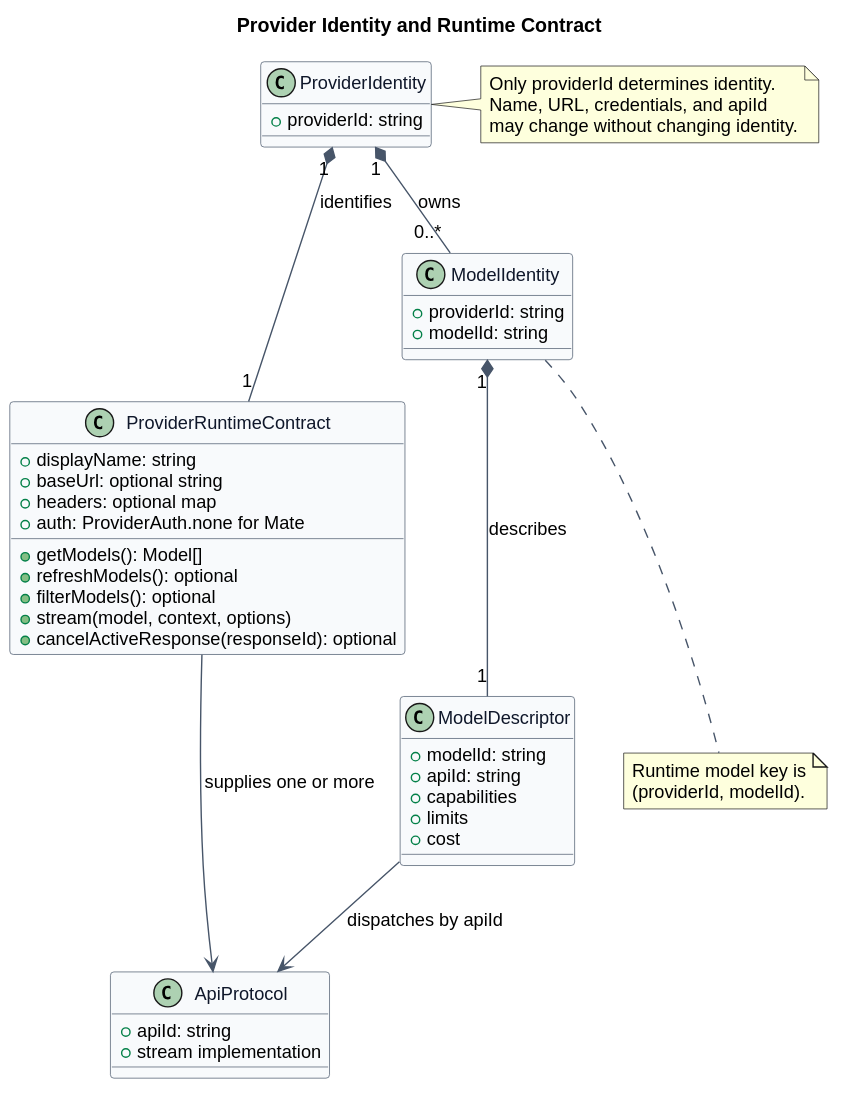
Above: model-manager-provider-contract/provider_identity_model.svg in ssm0808/pi-mono-java-design (PlantUML), before the change.
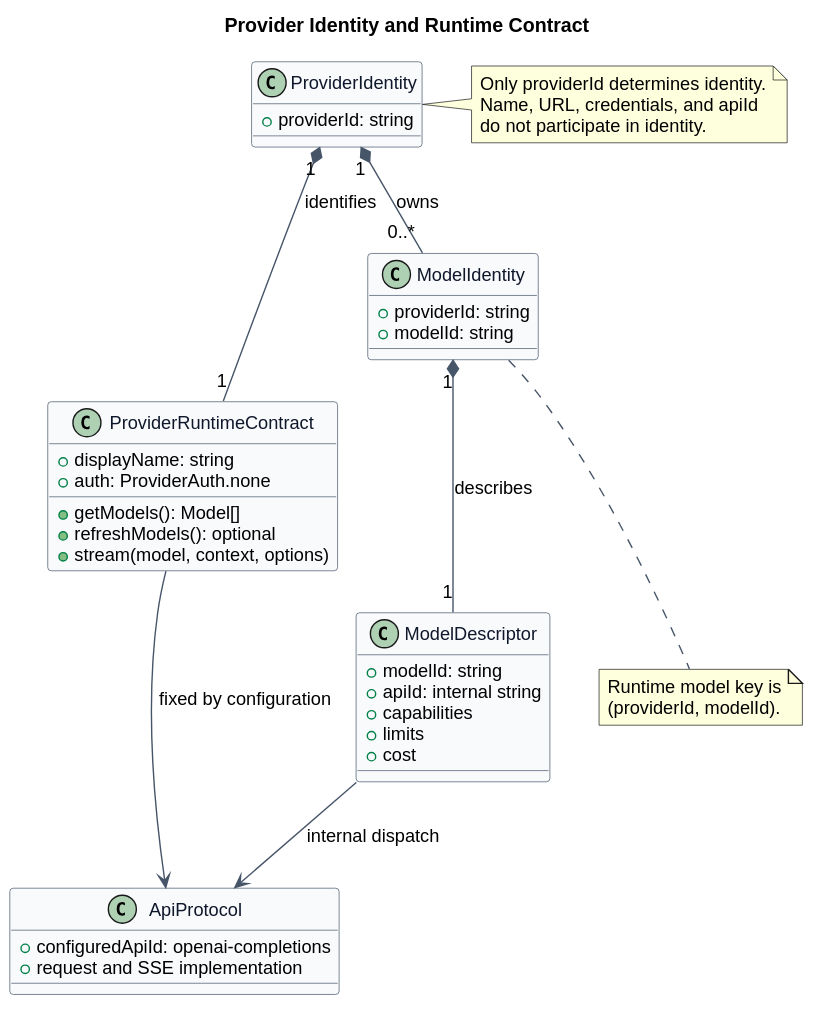
Above is the later version.

Change to the diagram source:
```diff
@@ -19,14 +19,10 @@
 
 class ProviderRuntimeContract {
   +displayName: string
-  +baseUrl: optional string
-  +headers: optional map
-  +auth: ProviderAuth.none for Mate
+  +auth: ProviderAuth.none
   +getModels(): Model[]
   +refreshModels(): optional
-  +filterModels(): optional
   +stream(model, context, options)
-  +cancelActiveResponse(responseId): optional
 }
 
 class ModelIdentity {
@@ -36,27 +32,27 @@
 
 class ModelDescriptor {
   +modelId: string
-  +apiId: string
+  +apiId: internal string
   +capabilities
   +limits
   +cost
 }
 
 class ApiProtocol {
-  +apiId: string
-  +stream implementation
+  +configuredApiId: openai-completions
+  +request and SSE implementation
 }
 
 ProviderIdentity "1" *-- "1" ProviderRuntimeContract : identifies
 ProviderIdentity "1" *-- "0..*" ModelIdentity : owns
 ModelIdentity "1" *-- "1" ModelDescriptor : describes
-ModelDescriptor --> ApiProtocol : dispatches by apiId
-ProviderRuntimeContract --> ApiProtocol : supplies one or more
+ModelDescriptor --> ApiProtocol : internal dispatch
+ProviderRuntimeContract --> ApiProtocol : fixed by configuration
 
 note right of ProviderIdentity
 Only providerId determines identity.
 Name, URL, credentials, and apiId
-may change without changing identity.
+do not participate in identity.
 end note
 
 note bottom of ModelIdentity
```
